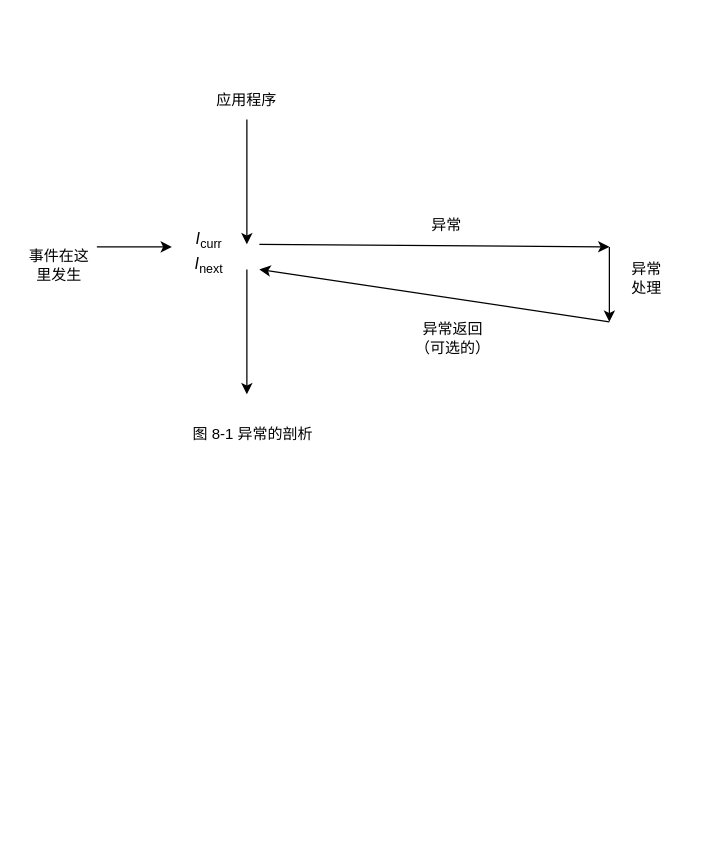
luojiego/books keeps this draw.io diagram as draw.io/CSAPP.drawio. Above is the earlier version. Source tidied: cells renumbered, new cells numbered last; positions are measured from the earlier drawing's top-left corner, leaving out a move shared by most shapes. Both pictures are drawn from the tidied source at 125%, with x=0, y=0 at pixel (21, 81).
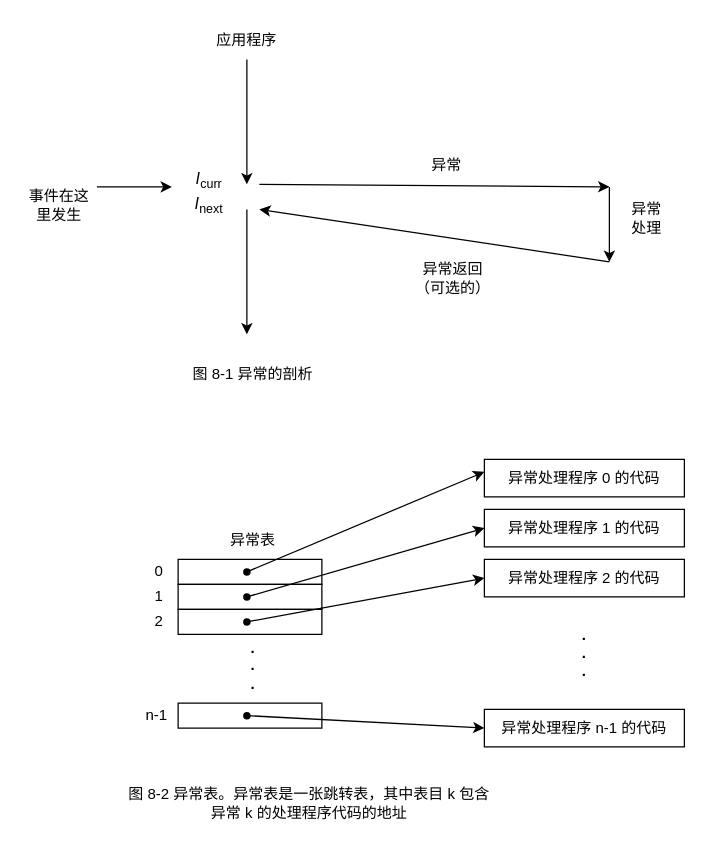
Above is the later version.

The edit, as a diff of the source:
```diff
@@
+    <mxCell id="16" style="rounded=0;whiteSpace=wrap;html=1;" parent="1" vertex="1">
+      <mxGeometry x="125" y="382" width="115" height="20" as="geometry" />
+    </mxCell>
+    <mxCell id="17" style="rounded=0;whiteSpace=wrap;html=1;" parent="1" vertex="1">
+      <mxGeometry x="125" y="402" width="115" height="20" as="geometry" />
+    </mxCell>
+    <mxCell id="18" style="rounded=0;whiteSpace=wrap;html=1;" parent="1" vertex="1">
+      <mxGeometry x="125" y="422" width="115" height="20" as="geometry" />
+    </mxCell>
+    <mxCell id="19" style="rounded=0;whiteSpace=wrap;html=1;" parent="1" vertex="1">
+      <mxGeometry x="125" y="497" width="115" height="20" as="geometry" />
+    </mxCell>
+    <mxCell id="20" style="group;" parent="1" vertex="1">
+      <mxGeometry y="-48" width="530" height="292" as="geometry" />
+    </mxCell>
-    <mxCell id="2" style="endArrow=classic;html=1;rounded=0;" parent="1" edge="1">
+    <mxCell id="2" style="endArrow=classic;html=1;rounded=0;" parent="20" edge="1">
       <mxGeometry relative="1" as="geometry">
         <mxPoint x="180" y="30" as="sourcePoint" />
         <mxPoint x="180" y="130" as="targetPoint" />
       </mxGeometry>
     </mxCell>
-    <mxCell id="3" style="endArrow=classic;html=1;rounded=0;" parent="1" edge="1">
+    <mxCell id="3" style="endArrow=classic;html=1;rounded=0;" parent="20" edge="1">
       <mxGeometry relative="1" as="geometry">
         <mxPoint x="180" y="150" as="sourcePoint" />
         <mxPoint x="180" y="250" as="targetPoint" />
       </mxGeometry>
     </mxCell>
-    <mxCell id="4" style="endArrow=classic;html=1;rounded=0;" parent="1" edge="1">
+    <mxCell id="4" style="endArrow=classic;html=1;rounded=0;" parent="20" edge="1">
       <mxGeometry relative="1" as="geometry">
         <mxPoint x="190" y="130" as="sourcePoint" />
         <mxPoint x="470" y="132" as="targetPoint" />
       </mxGeometry>
     </mxCell>
-    <mxCell id="5" style="endArrow=classic;html=1;rounded=0;" parent="1" edge="1">
+    <mxCell id="5" style="endArrow=classic;html=1;rounded=0;" parent="20" edge="1">
       <mxGeometry relative="1" as="geometry">
         <mxPoint x="470" y="132" as="sourcePoint" />
         <mxPoint x="470" y="192" as="targetPoint" />
       </mxGeometry>
     </mxCell>
-    <mxCell id="6" style="endArrow=classic;html=1;rounded=0;" parent="1" edge="1">
+    <mxCell id="6" style="endArrow=classic;html=1;rounded=0;" parent="20" edge="1">
       <mxGeometry relative="1" as="geometry">
         <mxPoint x="470" y="192" as="sourcePoint" />
         <mxPoint x="190" y="150" as="targetPoint" />
       </mxGeometry>
     </mxCell>
-    <mxCell id="7" value="应用程序" style="text;html=1;align=center;verticalAlign=middle;whiteSpace=wrap;rounded=0;" parent="1" vertex="1">
+    <mxCell id="7" value="应用程序" style="text;html=1;align=center;verticalAlign=middle;whiteSpace=wrap;rounded=0;" parent="20" vertex="1">
       <mxGeometry x="150" width="60" height="30" as="geometry" />
     </mxCell>
-    <mxCell id="8" value="异常" style="text;html=1;align=center;verticalAlign=middle;whiteSpace=wrap;rounded=0;" parent="1" vertex="1">
+    <mxCell id="8" value="异常" style="text;html=1;align=center;verticalAlign=middle;whiteSpace=wrap;rounded=0;" parent="20" vertex="1">
       <mxGeometry x="310" y="100" width="60" height="30" as="geometry" />
     </mxCell>
-    <mxCell id="9" value="异常&lt;div&gt;处理&lt;/div&gt;" style="text;html=1;align=center;verticalAlign=middle;whiteSpace=wrap;rounded=0;" parent="1" vertex="1">
+    <mxCell id="9" value="异常&lt;div&gt;处理&lt;/div&gt;" style="text;html=1;align=center;verticalAlign=middle;whiteSpace=wrap;rounded=0;" parent="20" vertex="1">
       <mxGeometry x="470" y="142" width="60" height="30" as="geometry" />
     </mxCell>
-    <mxCell id="10" value="异常返回（可选的）" style="text;html=1;align=center;verticalAlign=middle;whiteSpace=wrap;rounded=0;" parent="1" vertex="1">
+    <mxCell id="10" value="异常返回（可选的）" style="text;html=1;align=center;verticalAlign=middle;whiteSpace=wrap;rounded=0;" parent="20" vertex="1">
       <mxGeometry x="310" y="190" width="70" height="30" as="geometry" />
     </mxCell>
-    <mxCell id="11" value="事件在这里发生" style="text;html=1;align=center;verticalAlign=middle;whiteSpace=wrap;rounded=0;" parent="1" vertex="1">
+    <mxCell id="11" value="事件在这里发生" style="text;html=1;align=center;verticalAlign=middle;whiteSpace=wrap;rounded=0;" parent="20" vertex="1">
       <mxGeometry y="132" width="60" height="30" as="geometry" />
     </mxCell>
-    <mxCell id="12" style="endArrow=classic;html=1;rounded=0;" parent="1" edge="1">
+    <mxCell id="12" style="endArrow=classic;html=1;rounded=0;" parent="20" edge="1">
       <mxGeometry relative="1" as="geometry">
         <mxPoint x="60" y="132" as="sourcePoint" />
         <mxPoint x="120" y="132" as="targetPoint" />
       </mxGeometry>
     </mxCell>
-    <mxCell id="13" value="&lt;i&gt;&lt;font face=&quot;Verdana&quot;&gt;I&lt;/font&gt;&lt;/i&gt;&lt;sub&gt;curr&lt;/sub&gt;" style="text;html=1;align=center;verticalAlign=middle;whiteSpace=wrap;rounded=0;" parent="1" vertex="1">
+    <mxCell id="13" value="&lt;i&gt;&lt;font face=&quot;Verdana&quot;&gt;I&lt;/font&gt;&lt;/i&gt;&lt;sub&gt;curr&lt;/sub&gt;" style="text;html=1;align=center;verticalAlign=middle;whiteSpace=wrap;rounded=0;" parent="20" vertex="1">
       <mxGeometry x="120" y="112" width="60" height="30" as="geometry" />
     </mxCell>
-    <mxCell id="14" value="&lt;i&gt;&lt;font face=&quot;Verdana&quot;&gt;I&lt;/font&gt;&lt;/i&gt;&lt;sub&gt;next&lt;/sub&gt;" style="text;html=1;align=center;verticalAlign=middle;whiteSpace=wrap;rounded=0;" parent="1" vertex="1">
+    <mxCell id="14" value="&lt;i&gt;&lt;font face=&quot;Verdana&quot;&gt;I&lt;/font&gt;&lt;/i&gt;&lt;sub&gt;next&lt;/sub&gt;" style="text;html=1;align=center;verticalAlign=middle;whiteSpace=wrap;rounded=0;" parent="20" vertex="1">
       <mxGeometry x="120" y="132" width="60" height="30" as="geometry" />
     </mxCell>
-    <mxCell id="15" value="图 8-1 异常的剖析" style="text;html=1;align=center;verticalAlign=middle;whiteSpace=wrap;rounded=0;" parent="1" vertex="1">
+    <mxCell id="15" value="图 8-1 异常的剖析" style="text;html=1;align=center;verticalAlign=middle;whiteSpace=wrap;rounded=0;" parent="20" vertex="1">
       <mxGeometry x="40" y="272" width="290" height="20" as="geometry" />
     </mxCell>
+    <mxCell id="21" value="&lt;b&gt;.&lt;/b&gt;&lt;div&gt;&lt;b&gt;.&lt;/b&gt;&lt;/div&gt;&lt;div&gt;&lt;b&gt;.&lt;/b&gt;&lt;/div&gt;" style="text;html=1;align=center;verticalAlign=middle;whiteSpace=wrap;rounded=0;" parent="1" vertex="1">
+      <mxGeometry x="155" y="452" width="60" height="30" as="geometry" />
+    </mxCell>
+    <mxCell id="22" value="异常表" style="text;html=1;align=center;verticalAlign=middle;whiteSpace=wrap;rounded=0;" parent="1" vertex="1">
+      <mxGeometry x="155" y="352" width="60" height="30" as="geometry" />
+    </mxCell>
+    <mxCell id="23" value="0" style="text;html=1;align=center;verticalAlign=middle;whiteSpace=wrap;rounded=0;" parent="1" vertex="1">
+      <mxGeometry x="80" y="377" width="60" height="30" as="geometry" />
+    </mxCell>
+    <mxCell id="24" value="1" style="text;html=1;align=center;verticalAlign=middle;whiteSpace=wrap;rounded=0;" parent="1" vertex="1">
+      <mxGeometry x="80" y="397" width="60" height="30" as="geometry" />
+    </mxCell>
+    <mxCell id="25" value="2" style="text;html=1;align=center;verticalAlign=middle;whiteSpace=wrap;rounded=0;" parent="1" vertex="1">
+      <mxGeometry x="80" y="417" width="60" height="30" as="geometry" />
+    </mxCell>
+    <mxCell id="26" value="n-1" style="text;html=1;align=center;verticalAlign=middle;whiteSpace=wrap;rounded=0;" parent="1" vertex="1">
+      <mxGeometry x="77.5" y="492" width="60" height="30" as="geometry" />
+    </mxCell>
+    <mxCell id="27" style="endArrow=classic;html=1;rounded=0;" parent="1" edge="1" source="37">
+      <mxGeometry relative="1" as="geometry">
+        <mxPoint x="370" y="312" as="targetPoint" />
+      </mxGeometry>
+    </mxCell>
+    <mxCell id="28" value="异常处理程序 0 的代码" style="rounded=0;whiteSpace=wrap;html=1;" parent="1" vertex="1">
+      <mxGeometry x="370" y="302" width="160" height="30" as="geometry" />
+    </mxCell>
+    <mxCell id="29" value="异常处理程序 2 的代码" style="rounded=0;whiteSpace=wrap;html=1;" parent="1" vertex="1">
+      <mxGeometry x="370" y="382" width="160" height="30" as="geometry" />
+    </mxCell>
+    <mxCell id="30" value="异常处理程序 1 的代码" style="rounded=0;whiteSpace=wrap;html=1;" parent="1" vertex="1">
+      <mxGeometry x="370" y="342" width="160" height="30" as="geometry" />
+    </mxCell>
+    <mxCell id="31" value="&lt;b&gt;.&lt;/b&gt;&lt;div&gt;&lt;b&gt;.&lt;/b&gt;&lt;/div&gt;&lt;div&gt;&lt;b&gt;.&lt;/b&gt;&lt;/div&gt;" style="text;html=1;align=center;verticalAlign=middle;whiteSpace=wrap;rounded=0;" parent="1" vertex="1">
+      <mxGeometry x="420" y="442" width="60" height="30" as="geometry" />
+    </mxCell>
+    <mxCell id="32" value="异常处理程序 n-1 的代码" style="rounded=0;whiteSpace=wrap;html=1;" parent="1" vertex="1">
+      <mxGeometry x="370" y="502" width="160" height="30" as="geometry" />
+    </mxCell>
+    <mxCell id="33" style="endArrow=classic;html=1;rounded=0;entryX=0;entryY=0.5;entryDx=0;entryDy=0;" parent="1" edge="1" source="38" target="30">
+      <mxGeometry relative="1" as="geometry" />
+    </mxCell>
+    <mxCell id="34" style="endArrow=classic;html=1;rounded=0;entryX=0;entryY=0.5;entryDx=0;entryDy=0;" parent="1" edge="1" source="39" target="29">
+      <mxGeometry relative="1" as="geometry" />
+    </mxCell>
+    <mxCell id="35" style="endArrow=classic;html=1;rounded=0;entryX=0;entryY=0.5;entryDx=0;entryDy=0;" parent="1" edge="1" source="41" target="32">
+      <mxGeometry relative="1" as="geometry" />
+    </mxCell>
+    <mxCell id="36" style="endArrow=classic;html=1;rounded=0;" parent="1" edge="1" target="37">
+      <mxGeometry relative="1" as="geometry">
+        <mxPoint x="180" y="392" as="sourcePoint" />
+      </mxGeometry>
+    </mxCell>
+    <mxCell id="37" style="shape=waypoint;sketch=0;fillStyle=solid;size=6;points=[];fillColor=none;perimeter=centerPerimeter;snapToPoint=1;" parent="1" vertex="1">
+      <mxGeometry x="170" y="382" width="20" height="20" as="geometry" />
+    </mxCell>
+    <mxCell id="38" style="shape=waypoint;sketch=0;fillStyle=solid;size=6;points=[];fillColor=none;perimeter=centerPerimeter;snapToPoint=1;" parent="1" vertex="1">
+      <mxGeometry x="170" y="402" width="20" height="20" as="geometry" />
+    </mxCell>
+    <mxCell id="39" style="shape=waypoint;sketch=0;fillStyle=solid;size=6;points=[];fillColor=none;perimeter=centerPerimeter;snapToPoint=1;" parent="1" vertex="1">
+      <mxGeometry x="170" y="422" width="20" height="20" as="geometry" />
+    </mxCell>
+    <mxCell id="40" style="endArrow=classic;html=1;rounded=0;entryDx=0;entryDy=0;" parent="1" edge="1" target="41">
+      <mxGeometry relative="1" as="geometry">
+        <mxPoint x="180" y="507" as="sourcePoint" />
+      </mxGeometry>
+    </mxCell>
+    <mxCell id="41" style="shape=waypoint;sketch=0;fillStyle=solid;size=6;points=[];fillColor=none;perimeter=centerPerimeter;snapToPoint=1;" parent="1" vertex="1">
+      <mxGeometry x="170" y="497" width="20" height="20" as="geometry" />
+    </mxCell>
+    <mxCell id="42" value="图 8-2 异常表。异常表是一张跳转表，其中表目 k 包含异常 k 的处理程序代码的地址" style="text;html=1;align=center;verticalAlign=middle;whiteSpace=wrap;rounded=0;" parent="1" vertex="1">
+      <mxGeometry x="80" y="562" width="300" height="30" as="geometry" />
+    </mxCell>
```
